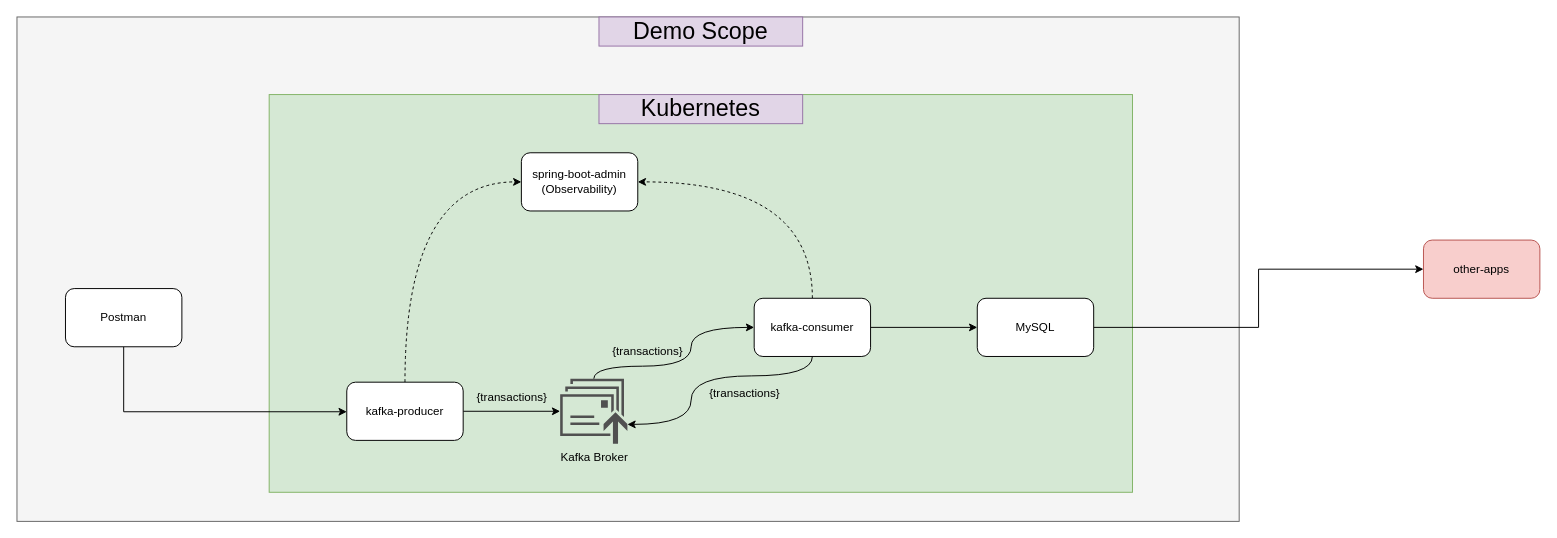
The draw.io diagram Kafka.drawio in Jabito/KafkaDemo, before the edit. Source tidied: cells renumbered, new cells numbered last; positions are measured from the earlier drawing's top-left corner, leaving out a move shared by most shapes. Both pictures are drawn from the tidied source at 97%, with x=0, y=0 at pixel (16, 16).
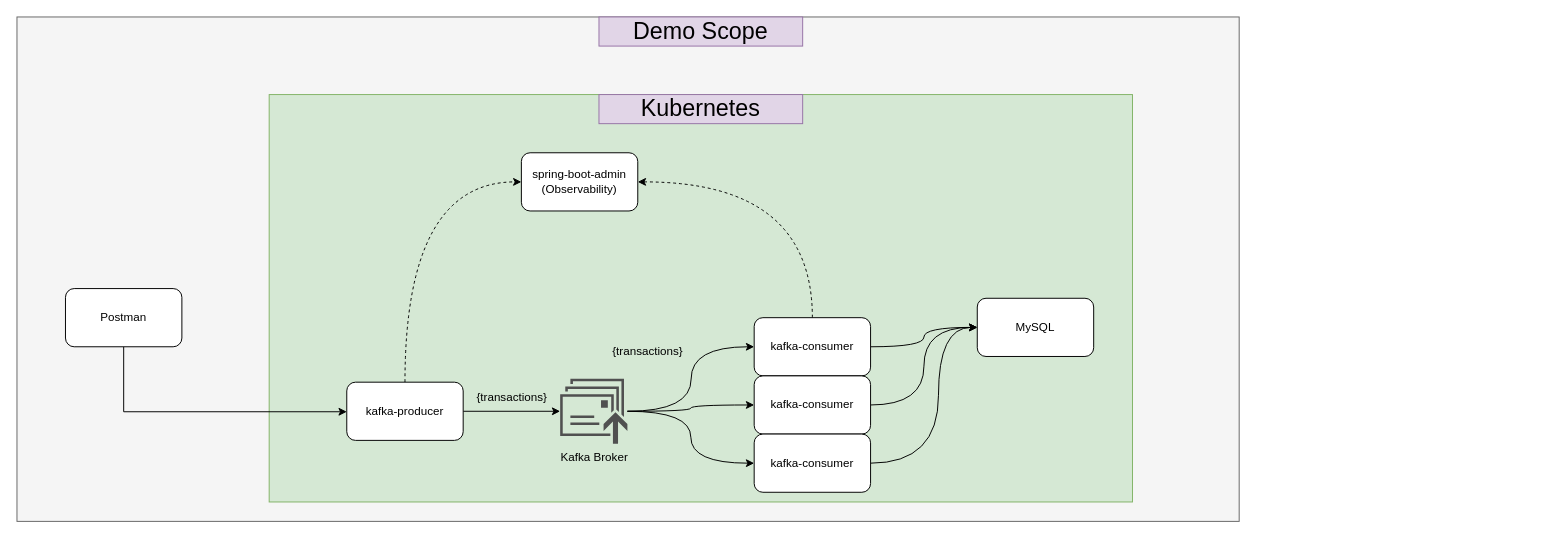
The same page after the edit.

Unchanged cells that the change refers to:
```xml
<mxCell id="13" value="MySQL" style="rounded=1;whiteSpace=wrap;html=1;" parent="1" vertex="1">
  <mxGeometry x="990" y="290" width="120" height="60" as="geometry" />
</mxCell>
<mxCell id="14" value="Kafka Broker" style="sketch=0;shadow=0;dashed=0;html=1;strokeColor=none;fillColor=#505050;labelPosition=center;verticalLabelPosition=bottom;verticalAlign=top;outlineConnect=0;align=center;shape=mxgraph.office.communications.messages_queued;" parent="1" vertex="1">
  <mxGeometry x="560" y="373" width="69.3" height="67" as="geometry" />
</mxCell>
```

Change to the diagram source:
```diff
@@
     <mxCell id="3" style="rounded=0;whiteSpace=wrap;html=1;fillColor=#d5e8d4;strokeColor=#82b366;" parent="1" vertex="1">
-      <mxGeometry x="260" y="80" width="890" height="410" as="geometry" />
+      <mxGeometry x="260" y="80" width="890" height="420" as="geometry" />
     </mxCell>
@@
     <mxCell id="7" style="edgeStyle=orthogonalEdgeStyle;rounded=0;jettySize=auto;html=1;entryX=0;entryY=0.5;entryDx=0;entryDy=0;curved=1;" parent="1" edge="1" source="14" target="11">
       <mxGeometry relative="1" as="geometry">
         <Array as="points">
-          <mxPoint x="595" y="360" />
-          <mxPoint x="695" y="360" />
-          <mxPoint x="695" y="320" />
+          <mxPoint x="695" y="407" />
+          <mxPoint x="695" y="340" />
         </Array>
       </mxGeometry>
     </mxCell>
-    <mxCell id="8" style="edgeStyle=orthogonalEdgeStyle;rounded=0;jettySize=auto;html=1;exitX=1;exitY=0.5;exitDx=0;exitDy=0;entryX=0;entryY=0.5;entryDx=0;entryDy=0;" parent="1" edge="1" source="11" target="13">
+    <mxCell id="8" style="edgeStyle=orthogonalEdgeStyle;rounded=0;jettySize=auto;html=1;exitX=1;exitY=0.5;exitDx=0;exitDy=0;entryX=0;entryY=0.5;entryDx=0;entryDy=0;curved=1;" parent="1" edge="1" source="11" target="13">
       <mxGeometry relative="1" as="geometry" />
     </mxCell>
@@
-    <mxCell id="10" style="edgeStyle=orthogonalEdgeStyle;rounded=0;jettySize=auto;html=1;exitX=0.5;exitY=1;exitDx=0;exitDy=0;curved=1;" parent="1" edge="1" source="11" target="14">
-      <mxGeometry relative="1" as="geometry">
-        <Array as="points">
-          <mxPoint x="820" y="370" />
-          <mxPoint x="695" y="370" />
-          <mxPoint x="695" y="420" />
-        </Array>
-      </mxGeometry>
-    </mxCell>
     <mxCell id="11" value="kafka-consumer" style="rounded=1;whiteSpace=wrap;html=1;" parent="1" vertex="1">
-      <mxGeometry x="760" y="290" width="120" height="60" as="geometry" />
+      <mxGeometry x="760" y="310" width="120" height="60" as="geometry" />
     </mxCell>
-    <mxCell id="12" style="edgeStyle=orthogonalEdgeStyle;rounded=0;jettySize=auto;html=1;exitX=1;exitY=0.5;exitDx=0;exitDy=0;entryX=0;entryY=0.5;entryDx=0;entryDy=0;" parent="1" edge="1" source="13" target="23">
-      <mxGeometry relative="1" as="geometry" />
-    </mxCell>
@@
-    <mxCell id="22" value="{transactions}" style="text;html=1;align=center;verticalAlign=middle;strokeColor=none;fillColor=none;" parent="1" vertex="1">
-      <mxGeometry x="700" y="373" width="100" height="30" as="geometry" />
-    </mxCell>
-    <mxCell id="23" value="other-apps" style="rounded=1;whiteSpace=wrap;html=1;fillColor=#f8cecc;strokeColor=#b85450;" parent="1" vertex="1">
-      <mxGeometry x="1450" y="230" width="120" height="60" as="geometry" />
-    </mxCell>
+    <mxCell id="24" style="edgeStyle=orthogonalEdgeStyle;rounded=0;jettySize=auto;html=1;exitX=1;exitY=0.5;exitDx=0;exitDy=0;entryX=0;entryY=0.5;entryDx=0;entryDy=0;curved=1;" parent="1" edge="1" source="26" target="13">
+      <mxGeometry relative="1" as="geometry" />
+    </mxCell>
+    <mxCell id="25" style="edgeStyle=orthogonalEdgeStyle;rounded=0;jettySize=auto;html=1;exitX=0;exitY=0.5;exitDx=0;exitDy=0;curved=1;startArrow=classic;startFill=1;endArrow=none;endFill=0;" parent="1" edge="1" source="26" target="14">
+      <mxGeometry relative="1" as="geometry" />
+    </mxCell>
+    <mxCell id="26" value="kafka-consumer" style="rounded=1;whiteSpace=wrap;html=1;" parent="1" vertex="1">
+      <mxGeometry x="760" y="370" width="120" height="60" as="geometry" />
+    </mxCell>
+    <mxCell id="27" style="edgeStyle=orthogonalEdgeStyle;rounded=0;jettySize=auto;html=1;exitX=1;exitY=0.5;exitDx=0;exitDy=0;entryX=0;entryY=0.5;entryDx=0;entryDy=0;curved=1;" parent="1" edge="1" source="29" target="13">
+      <mxGeometry relative="1" as="geometry">
+        <Array as="points">
+          <mxPoint x="950" y="460" />
+          <mxPoint x="950" y="320" />
+        </Array>
+      </mxGeometry>
+    </mxCell>
+    <mxCell id="28" style="edgeStyle=orthogonalEdgeStyle;rounded=0;jettySize=auto;html=1;exitX=0;exitY=0.5;exitDx=0;exitDy=0;curved=1;startArrow=classic;startFill=1;endArrow=none;endFill=0;" parent="1" edge="1" source="29" target="14">
+      <mxGeometry relative="1" as="geometry" />
+    </mxCell>
+    <mxCell id="29" value="kafka-consumer" style="rounded=1;whiteSpace=wrap;html=1;" parent="1" vertex="1">
+      <mxGeometry x="760" y="430" width="120" height="60" as="geometry" />
+    </mxCell>
```
